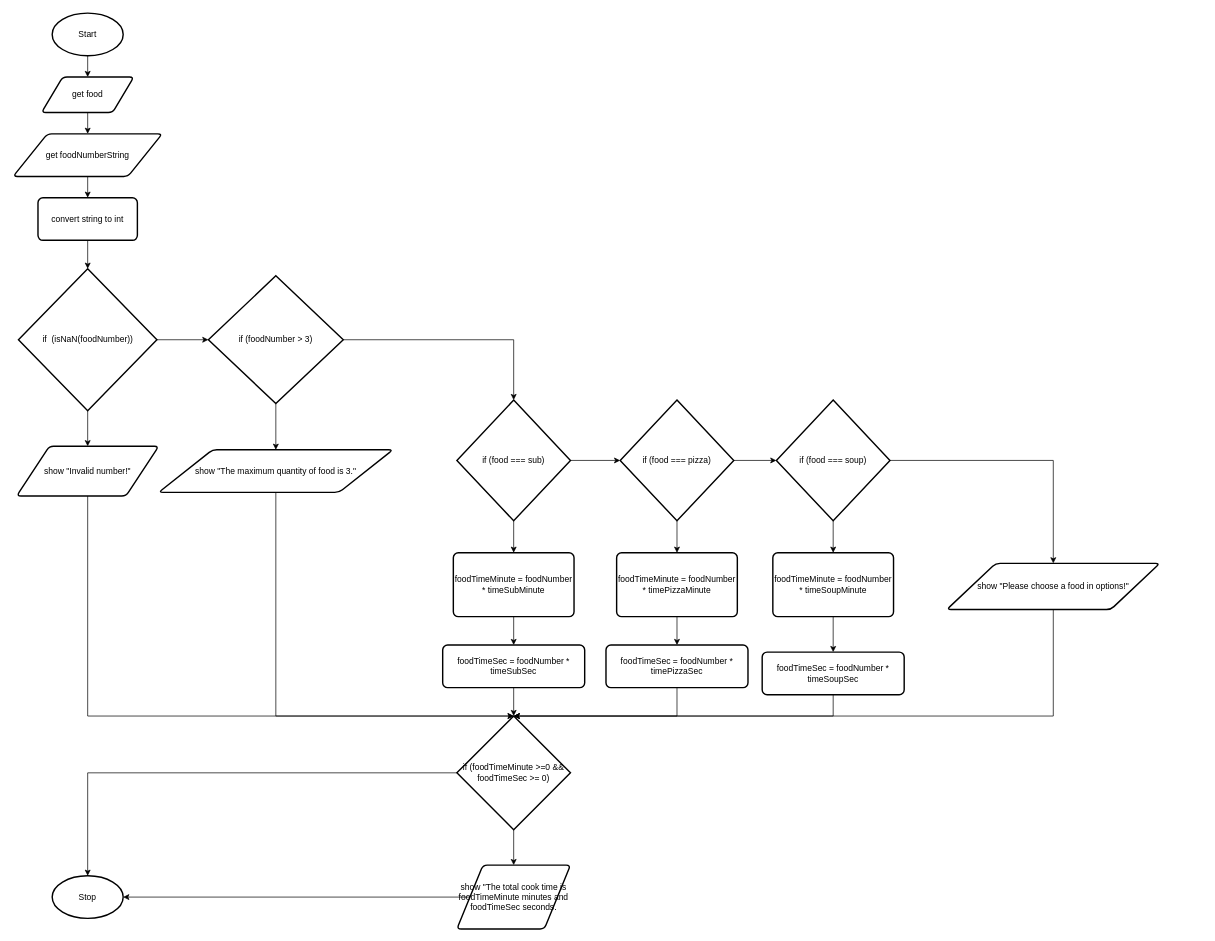
Above: design.flowchart.drawio in Yiyun-Qin/ics4u-unit1-03-typescript (draw.io), before the change. Source tidied: cells renumbered, new cells numbered last; positions are measured from the earlier drawing's top-left corner, leaving out a move shared by most shapes. Both pictures are drawn from the tidied source at 71%, with x=0, y=0 at pixel (13, 13).
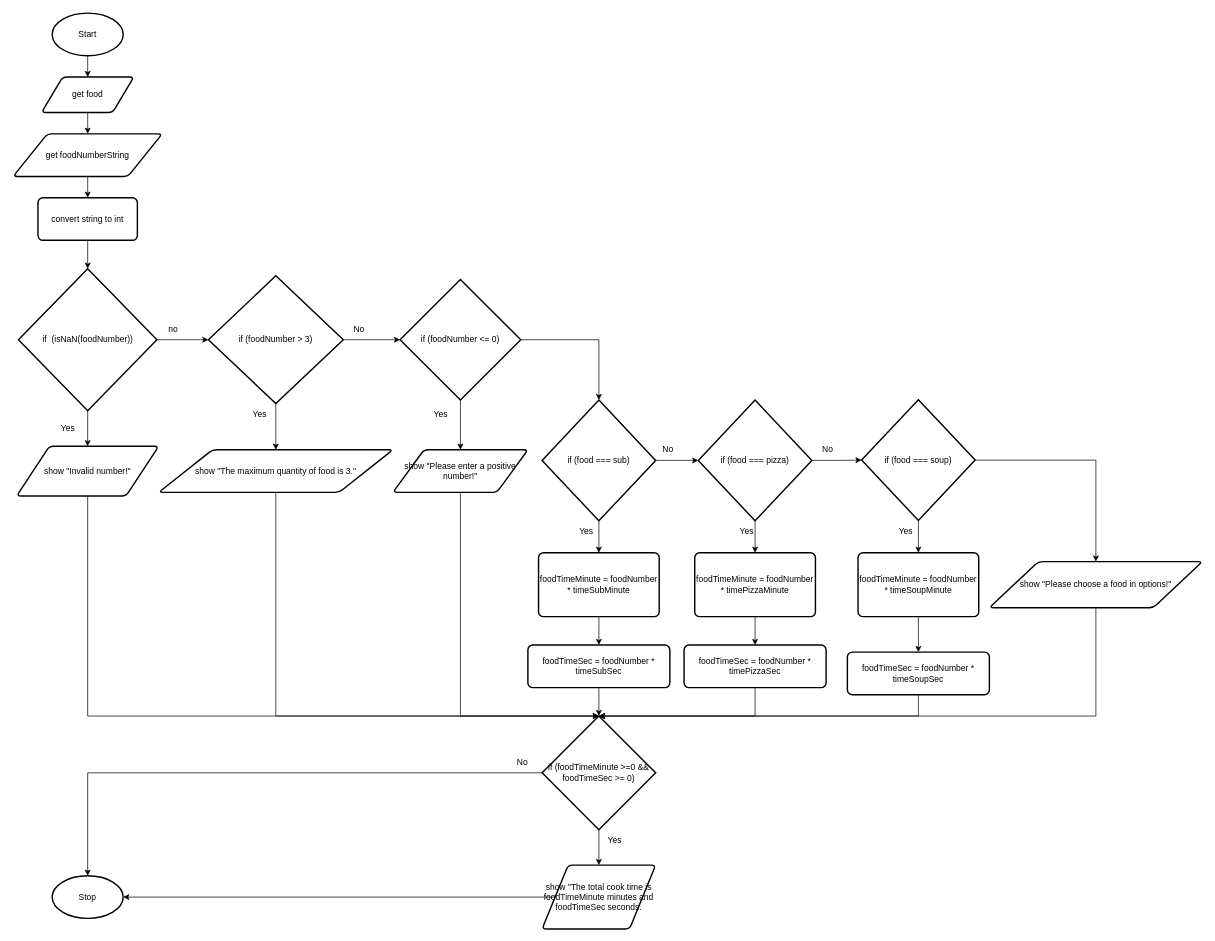
The same diagram, later.

The change refers to these unchanged cells:
```xml
<mxCell id="17" value="if (foodNumber &amp;gt; 3)" style="strokeWidth=2;html=1;shape=mxgraph.flowchart.decision;whiteSpace=wrap;" parent="1" vertex="1">
  <mxGeometry x="275" y="370" width="190" height="180" as="geometry" />
</mxCell>
```

The edit, as a diff of the source:
```diff
@@
-    <mxCell id="16" style="edgeStyle=orthogonalEdgeStyle;html=1;exitX=1;exitY=0.5;exitDx=0;exitDy=0;exitPerimeter=0;entryX=0.5;entryY=0;entryDx=0;entryDy=0;entryPerimeter=0;rounded=0;" parent="1" edge="1" source="17" target="22">
-      <mxGeometry relative="1" as="geometry" />
-    </mxCell>
+    <mxCell id="49" style="edgeStyle=none;html=1;exitX=1;exitY=0.5;exitDx=0;exitDy=0;exitPerimeter=0;entryX=0;entryY=0.5;entryDx=0;entryDy=0;entryPerimeter=0;" parent="1" edge="1" source="17" target="56">
+      <mxGeometry relative="1" as="geometry" />
+    </mxCell>
@@
     <mxCell id="22" value="if (food === sub)" style="strokeWidth=2;html=1;shape=mxgraph.flowchart.decision;whiteSpace=wrap;" parent="1" vertex="1">
-      <mxGeometry x="625" y="545" width="160" height="170" as="geometry" />
+      <mxGeometry x="745" y="545" width="160" height="170" as="geometry" />
     </mxCell>
@@
     <mxCell id="24" value="foodTimeMinute = foodNumber * timeSubMinute" style="rounded=1;whiteSpace=wrap;html=1;absoluteArcSize=1;arcSize=14;strokeWidth=2;" parent="1" vertex="1">
-      <mxGeometry x="620" y="760" width="170" height="90" as="geometry" />
+      <mxGeometry x="740" y="760" width="170" height="90" as="geometry" />
     </mxCell>
@@
     <mxCell id="26" value="foodTimeSec = foodNumber * timeSubSec" style="rounded=1;whiteSpace=wrap;html=1;absoluteArcSize=1;arcSize=14;strokeWidth=2;" parent="1" vertex="1">
-      <mxGeometry x="605" y="890" width="200" height="60" as="geometry" />
+      <mxGeometry x="725" y="890" width="200" height="60" as="geometry" />
     </mxCell>
@@
     <mxCell id="29" value="if (food === pizza)" style="strokeWidth=2;html=1;shape=mxgraph.flowchart.decision;whiteSpace=wrap;" parent="1" vertex="1">
-      <mxGeometry x="855" y="545" width="160" height="170" as="geometry" />
+      <mxGeometry x="965" y="545" width="160" height="170" as="geometry" />
     </mxCell>
@@
     <mxCell id="31" value="foodTimeMinute = foodNumber * timePizzaMinute" style="rounded=1;whiteSpace=wrap;html=1;absoluteArcSize=1;arcSize=14;strokeWidth=2;" parent="1" vertex="1">
-      <mxGeometry x="850" y="760" width="170" height="90" as="geometry" />
+      <mxGeometry x="960" y="760" width="170" height="90" as="geometry" />
     </mxCell>
     <mxCell id="32" style="edgeStyle=orthogonalEdgeStyle;rounded=0;html=1;exitX=0.5;exitY=1;exitDx=0;exitDy=0;entryX=0.5;entryY=0;entryDx=0;entryDy=0;entryPerimeter=0;" parent="1" edge="1" source="33" target="48">
       <mxGeometry relative="1" as="geometry">
         <Array as="points">
-          <mxPoint x="935" y="990" />
+          <mxPoint x="1045" y="990" />
         </Array>
       </mxGeometry>
     </mxCell>
     <mxCell id="33" value="foodTimeSec = foodNumber * timePizzaSec" style="rounded=1;whiteSpace=wrap;html=1;absoluteArcSize=1;arcSize=14;strokeWidth=2;" parent="1" vertex="1">
-      <mxGeometry x="835" y="890" width="200" height="60" as="geometry" />
+      <mxGeometry x="945" y="890" width="200" height="60" as="geometry" />
     </mxCell>
@@
     <mxCell id="36" value="if (food === soup)" style="strokeWidth=2;html=1;shape=mxgraph.flowchart.decision;whiteSpace=wrap;" parent="1" vertex="1">
-      <mxGeometry x="1075" y="545" width="160" height="170" as="geometry" />
+      <mxGeometry x="1195" y="544.5" width="160" height="170" as="geometry" />
     </mxCell>
@@
     <mxCell id="38" value="foodTimeMinute = foodNumber * timeSoupMinute" style="rounded=1;whiteSpace=wrap;html=1;absoluteArcSize=1;arcSize=14;strokeWidth=2;" parent="1" vertex="1">
-      <mxGeometry x="1070" y="760" width="170" height="90" as="geometry" />
+      <mxGeometry x="1190" y="760" width="170" height="90" as="geometry" />
     </mxCell>
     <mxCell id="39" style="edgeStyle=orthogonalEdgeStyle;rounded=0;html=1;exitX=0.5;exitY=1;exitDx=0;exitDy=0;entryX=0.5;entryY=0;entryDx=0;entryDy=0;entryPerimeter=0;" parent="1" edge="1" source="40" target="48">
       <mxGeometry relative="1" as="geometry">
         <Array as="points">
-          <mxPoint x="1155" y="990" />
+          <mxPoint x="1275" y="990" />
         </Array>
       </mxGeometry>
     </mxCell>
     <mxCell id="40" value="foodTimeSec = foodNumber * timeSoupSec" style="rounded=1;whiteSpace=wrap;html=1;absoluteArcSize=1;arcSize=14;strokeWidth=2;" parent="1" vertex="1">
-      <mxGeometry x="1055" y="900" width="200" height="60" as="geometry" />
+      <mxGeometry x="1175" y="900" width="200" height="60" as="geometry" />
     </mxCell>
     <mxCell id="41" style="edgeStyle=orthogonalEdgeStyle;rounded=0;html=1;exitX=0.5;exitY=1;exitDx=0;exitDy=0;entryX=0.5;entryY=0;entryDx=0;entryDy=0;entryPerimeter=0;" parent="1" edge="1" source="42" target="48">
       <mxGeometry relative="1" as="geometry">
         <Array as="points">
-          <mxPoint x="1465" y="990" />
+          <mxPoint x="1525" y="990" />
         </Array>
       </mxGeometry>
     </mxCell>
     <mxCell id="42" value="show &quot;Please choose a food in options!&quot;" style="shape=parallelogram;html=1;strokeWidth=2;perimeter=parallelogramPerimeter;whiteSpace=wrap;rounded=1;arcSize=12;size=0.23;" parent="1" vertex="1">
-      <mxGeometry x="1315" y="775" width="300" height="65" as="geometry" />
+      <mxGeometry x="1375" y="772.5" width="300" height="65" as="geometry" />
     </mxCell>
@@
     <mxCell id="44" value="show &quot;The total cook time is foodTimeMinute minutes and foodTimeSec seconds." style="shape=parallelogram;html=1;strokeWidth=2;perimeter=parallelogramPerimeter;whiteSpace=wrap;rounded=1;arcSize=12;size=0.23;" parent="1" vertex="1">
-      <mxGeometry x="625" y="1200" width="160" height="90" as="geometry" />
+      <mxGeometry x="745" y="1200" width="160" height="90" as="geometry" />
     </mxCell>
@@
     <mxCell id="48" value="if (foodTimeMinute &amp;gt;=0 &amp;amp;&amp;amp; foodTimeSec &amp;gt;= 0)" style="strokeWidth=2;html=1;shape=mxgraph.flowchart.decision;whiteSpace=wrap;" parent="1" vertex="1">
-      <mxGeometry x="625" y="990" width="160" height="160" as="geometry" />
+      <mxGeometry x="745" y="990" width="160" height="160" as="geometry" />
     </mxCell>
+    <mxCell id="50" value="Yes" style="text;html=1;strokeColor=none;fillColor=none;align=center;verticalAlign=middle;whiteSpace=wrap;rounded=0;" parent="1" vertex="1">
+      <mxGeometry x="55" y="570" width="45" height="30" as="geometry" />
+    </mxCell>
+    <mxCell id="51" value="no" style="text;html=1;strokeColor=none;fillColor=none;align=center;verticalAlign=middle;whiteSpace=wrap;rounded=0;" parent="1" vertex="1">
+      <mxGeometry x="202.5" y="430" width="45" height="30" as="geometry" />
+    </mxCell>
+    <mxCell id="52" value="Yes" style="text;html=1;strokeColor=none;fillColor=none;align=center;verticalAlign=middle;whiteSpace=wrap;rounded=0;" parent="1" vertex="1">
+      <mxGeometry x="325" y="550" width="45" height="30" as="geometry" />
+    </mxCell>
+    <mxCell id="53" value="No" style="text;html=1;strokeColor=none;fillColor=none;align=center;verticalAlign=middle;whiteSpace=wrap;rounded=0;" parent="1" vertex="1">
+      <mxGeometry x="465" y="430" width="45" height="30" as="geometry" />
+    </mxCell>
+    <mxCell id="54" style="edgeStyle=none;html=1;exitX=0.5;exitY=1;exitDx=0;exitDy=0;exitPerimeter=0;entryX=0.5;entryY=0;entryDx=0;entryDy=0;" parent="1" edge="1" source="56" target="58">
+      <mxGeometry relative="1" as="geometry" />
+    </mxCell>
+    <mxCell id="55" style="edgeStyle=orthogonalEdgeStyle;rounded=0;html=1;exitX=1;exitY=0.5;exitDx=0;exitDy=0;exitPerimeter=0;entryX=0.5;entryY=0;entryDx=0;entryDy=0;entryPerimeter=0;" parent="1" edge="1" source="56" target="22">
+      <mxGeometry relative="1" as="geometry" />
+    </mxCell>
+    <mxCell id="56" value="if (foodNumber &amp;lt;= 0)" style="strokeWidth=2;html=1;shape=mxgraph.flowchart.decision;whiteSpace=wrap;" parent="1" vertex="1">
+      <mxGeometry x="545" y="375" width="170" height="170" as="geometry" />
+    </mxCell>
+    <mxCell id="57" style="edgeStyle=orthogonalEdgeStyle;html=1;exitX=0.5;exitY=1;exitDx=0;exitDy=0;entryX=0.5;entryY=0;entryDx=0;entryDy=0;entryPerimeter=0;rounded=0;" parent="1" edge="1" source="58" target="48">
+      <mxGeometry relative="1" as="geometry">
+        <Array as="points">
+          <mxPoint x="630" y="990" />
+        </Array>
+      </mxGeometry>
+    </mxCell>
+    <mxCell id="58" value="show &quot;Please enter a positive number!&quot;" style="shape=parallelogram;html=1;strokeWidth=2;perimeter=parallelogramPerimeter;whiteSpace=wrap;rounded=1;arcSize=12;size=0.23;" parent="1" vertex="1">
+      <mxGeometry x="535" y="615" width="190" height="60" as="geometry" />
+    </mxCell>
+    <mxCell id="59" value="Yes" style="text;html=1;strokeColor=none;fillColor=none;align=center;verticalAlign=middle;whiteSpace=wrap;rounded=0;" parent="1" vertex="1">
+      <mxGeometry x="580" y="550" width="45" height="30" as="geometry" />
+    </mxCell>
+    <mxCell id="60" value="Yes" style="text;html=1;strokeColor=none;fillColor=none;align=center;verticalAlign=middle;whiteSpace=wrap;rounded=0;" parent="1" vertex="1">
+      <mxGeometry x="785" y="714.5" width="45" height="30" as="geometry" />
+    </mxCell>
+    <mxCell id="61" value="Yes" style="text;html=1;strokeColor=none;fillColor=none;align=center;verticalAlign=middle;whiteSpace=wrap;rounded=0;" parent="1" vertex="1">
+      <mxGeometry x="1011" y="715" width="45" height="30" as="geometry" />
+    </mxCell>
+    <mxCell id="62" value="Yes" style="text;html=1;strokeColor=none;fillColor=none;align=center;verticalAlign=middle;whiteSpace=wrap;rounded=0;" parent="1" vertex="1">
+      <mxGeometry x="1235" y="715" width="45" height="30" as="geometry" />
+    </mxCell>
+    <mxCell id="63" value="No" style="text;html=1;strokeColor=none;fillColor=none;align=center;verticalAlign=middle;whiteSpace=wrap;rounded=0;" parent="1" vertex="1">
+      <mxGeometry x="900" y="600" width="45" height="30" as="geometry" />
+    </mxCell>
+    <mxCell id="64" value="No" style="text;html=1;strokeColor=none;fillColor=none;align=center;verticalAlign=middle;whiteSpace=wrap;rounded=0;" parent="1" vertex="1">
+      <mxGeometry x="1125" y="600" width="45" height="30" as="geometry" />
+    </mxCell>
+    <mxCell id="65" value="No" style="text;html=1;strokeColor=none;fillColor=none;align=center;verticalAlign=middle;whiteSpace=wrap;rounded=0;" parent="1" vertex="1">
+      <mxGeometry x="695" y="1040" width="45" height="30" as="geometry" />
+    </mxCell>
+    <mxCell id="66" value="Yes" style="text;html=1;strokeColor=none;fillColor=none;align=center;verticalAlign=middle;whiteSpace=wrap;rounded=0;" parent="1" vertex="1">
+      <mxGeometry x="825" y="1150" width="45" height="30" as="geometry" />
+    </mxCell>
```
